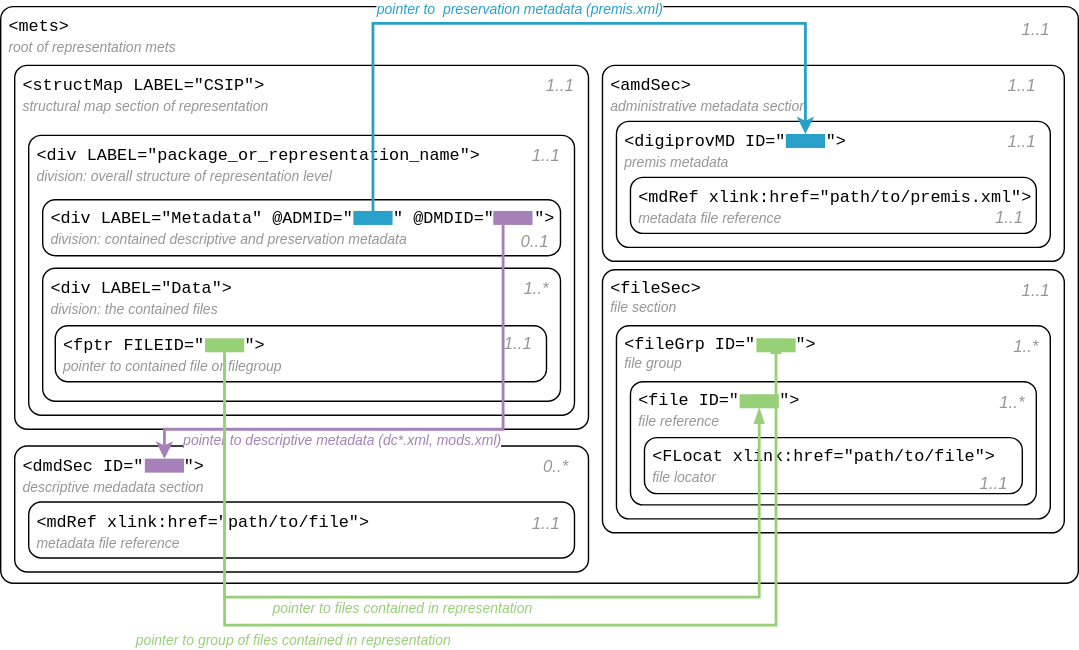
This is assets/images_spec/sip-representation-pointers.svg from viaacode/documentation-jekyll, a draw.io export, as it was before one commit. Source tidied: cells renumbered, new cells last; positions are measured from the earlier drawing's top-left corner, leaving out a move shared by most shapes.
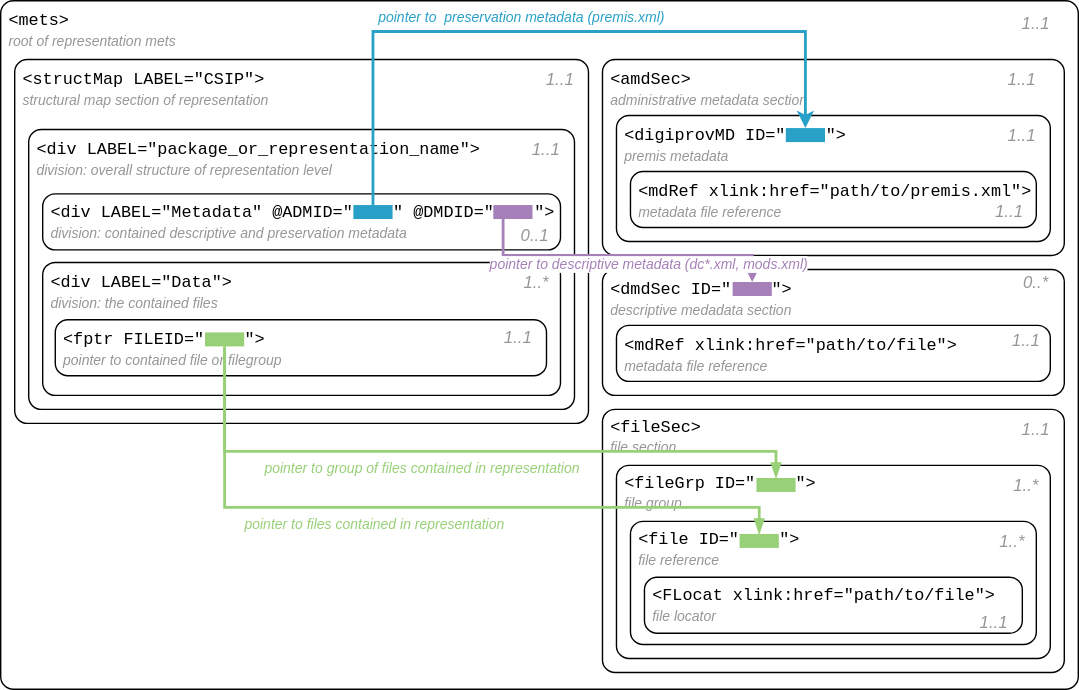
The same diagram one commit later.

Change to the diagram source:
```diff
@@ -3,7 +3,7 @@
     <mxCell id="0" />
     <mxCell id="1" parent="0" />
     <mxCell id="2" value="&lt;div&gt;&lt;font face=&quot;Courier New&quot;&gt;&amp;lt;mets&amp;gt;&lt;/font&gt;&lt;/div&gt;&lt;div&gt;&lt;font size=&quot;1&quot; color=&quot;#969696&quot;&gt;&lt;i style=&quot;&quot;&gt;root of representation mets&lt;br&gt;&lt;/i&gt;&lt;/font&gt;&lt;/div&gt;" style="rounded=1;whiteSpace=wrap;html=1;verticalAlign=top;align=left;spacingLeft=4;arcSize=18;absoluteArcSize=1;" parent="1" vertex="1">
-      <mxGeometry width="770" height="412" as="geometry" />
+      <mxGeometry width="770" height="492" as="geometry" />
     </mxCell>
     <mxCell id="3" value="&lt;font face=&quot;Courier New&quot;&gt;&amp;lt;amdSec&amp;gt;&lt;/font&gt;&lt;br&gt;&lt;i&gt;&lt;font style=&quot;font-size: 10px;&quot; color=&quot;#969696&quot;&gt;administrative metadata section&lt;/font&gt;&lt;/i&gt;" style="rounded=1;whiteSpace=wrap;html=1;verticalAlign=top;align=left;spacingLeft=4;arcSize=18;absoluteArcSize=1;" parent="1" vertex="1">
       <mxGeometry x="430" y="42" width="330" height="140" as="geometry" />
@@ -15,19 +15,19 @@
       <mxGeometry x="10" y="42" width="410" height="260" as="geometry" />
     </mxCell>
     <mxCell id="6" value="&lt;div&gt;&lt;font face=&quot;Courier New&quot;&gt;&amp;lt;dmdSec ID=&quot;&amp;nbsp;&amp;nbsp;&amp;nbsp; &quot;&amp;gt;&lt;/font&gt;&lt;/div&gt;&lt;div&gt;&lt;font size=&quot;1&quot; color=&quot;#969696&quot;&gt;&lt;i style=&quot;&quot;&gt;descriptive medadata section&lt;/i&gt;&lt;/font&gt;&lt;br&gt;&lt;/div&gt;" style="rounded=1;whiteSpace=wrap;html=1;verticalAlign=top;align=left;spacingLeft=4;arcSize=18;absoluteArcSize=1;" parent="1" vertex="1">
-      <mxGeometry x="10" y="314" width="410" height="90" as="geometry" />
+      <mxGeometry x="430" y="192" width="330" height="90" as="geometry" />
     </mxCell>
     <mxCell id="7" value="&lt;div&gt;&amp;lt;fileSec&amp;gt;&lt;/div&gt;&lt;div&gt;&lt;font size=&quot;1&quot; face=&quot;Helvetica&quot; color=&quot;#969696&quot;&gt;&lt;i style=&quot;&quot;&gt;file section&lt;/i&gt;&lt;/font&gt;&lt;br&gt;&lt;/div&gt;" style="rounded=1;whiteSpace=wrap;html=1;verticalAlign=top;align=left;spacingLeft=4;arcSize=18;absoluteArcSize=1;fontFamily=Courier New;" parent="1" vertex="1">
-      <mxGeometry x="430" y="188" width="330" height="188" as="geometry" />
+      <mxGeometry x="430" y="292" width="330" height="188" as="geometry" />
     </mxCell>
     <mxCell id="8" value="&lt;div&gt;&lt;font face=&quot;Courier New&quot;&gt;&amp;lt;mdRef &lt;/font&gt;&lt;font face=&quot;Courier New&quot;&gt;xlink:href=&quot;path/to/file&quot;&lt;/font&gt;&lt;font face=&quot;Courier New&quot;&gt;&amp;gt;&lt;/font&gt;&lt;/div&gt;&lt;div&gt;&lt;font size=&quot;1&quot; color=&quot;#969696&quot;&gt;&lt;i style=&quot;&quot;&gt;metadata file reference&lt;/i&gt;&lt;/font&gt;&lt;br&gt;&lt;/div&gt;" style="rounded=1;whiteSpace=wrap;html=1;verticalAlign=top;align=left;spacingLeft=4;arcSize=18;absoluteArcSize=1;" parent="1" vertex="1">
-      <mxGeometry x="20" y="354" width="390" height="40" as="geometry" />
+      <mxGeometry x="440" y="232" width="310" height="40" as="geometry" />
     </mxCell>
     <mxCell id="9" value="&lt;div&gt;&amp;lt;fileGrp ID=&quot;&amp;nbsp;&amp;nbsp;&amp;nbsp; &quot;&amp;gt;&lt;/div&gt;&lt;div&gt;&lt;i&gt;&lt;font style=&quot;font-size: 10px;&quot; face=&quot;Helvetica&quot; color=&quot;#969696&quot;&gt;file group&lt;/font&gt;&lt;/i&gt;&lt;br&gt;&lt;/div&gt;" style="rounded=1;whiteSpace=wrap;html=1;verticalAlign=top;align=left;spacingLeft=4;arcSize=18;absoluteArcSize=1;fontFamily=Courier New;" parent="1" vertex="1">
-      <mxGeometry x="440" y="228" width="310" height="138" as="geometry" />
+      <mxGeometry x="440" y="332" width="310" height="138" as="geometry" />
     </mxCell>
     <mxCell id="10" value="&lt;div&gt;&amp;lt;file ID=&quot;&amp;nbsp;&amp;nbsp;&amp;nbsp; &quot;&amp;gt;&lt;/div&gt;&lt;div&gt;&lt;font face=&quot;Helvetica&quot; color=&quot;#969696&quot;&gt;&lt;i&gt;&lt;font style=&quot;font-size: 10px;&quot;&gt;file reference&lt;/font&gt;&lt;/i&gt;&lt;/font&gt;&lt;br&gt;&lt;/div&gt;" style="rounded=1;whiteSpace=wrap;html=1;verticalAlign=top;align=left;spacingLeft=4;arcSize=18;absoluteArcSize=1;fontFamily=Courier New;" parent="1" vertex="1">
-      <mxGeometry x="450" y="268" width="290" height="88" as="geometry" />
+      <mxGeometry x="450" y="372" width="290" height="88" as="geometry" />
     </mxCell>
     <mxCell id="11" value="&lt;div&gt;&lt;font face=&quot;Courier New&quot;&gt;&amp;lt;mdRef &lt;/font&gt;&lt;font face=&quot;Courier New&quot;&gt;xlink:href=&quot;path/to/premis.xml&quot;&lt;/font&gt;&lt;font face=&quot;Courier New&quot;&gt;&amp;gt;&lt;/font&gt;&lt;/div&gt;&lt;div&gt;&lt;font size=&quot;1&quot; color=&quot;#969696&quot;&gt;&lt;i style=&quot;&quot;&gt;metadata file reference&lt;/i&gt;&lt;/font&gt;&lt;/div&gt;" style="rounded=1;whiteSpace=wrap;html=1;verticalAlign=top;align=left;spacingLeft=4;arcSize=18;absoluteArcSize=1;" parent="1" vertex="1">
       <mxGeometry x="450" y="122" width="290" height="40" as="geometry" />
@@ -47,8 +47,8 @@
     <mxCell id="16" style="edgeStyle=orthogonalEdgeStyle;rounded=0;jettySize=auto;html=1;exitX=0.5;exitY=0;exitDx=0;exitDy=0;entryX=0.5;entryY=0;entryDx=0;entryDy=0;fontFamily=Helvetica;fontSize=10;fontColor=#969696;strokeWidth=2;strokeColor=#28A0C8;" parent="1" edge="1" source="18" target="22">
       <mxGeometry relative="1" as="geometry">
         <Array as="points">
-          <mxPoint x="266" y="12" />
-          <mxPoint x="575" y="12" />
+          <mxPoint x="266" y="22" />
+          <mxPoint x="575" y="22" />
         </Array>
       </mxGeometry>
     </mxCell>
@@ -61,8 +61,8 @@
     <mxCell id="19" style="edgeStyle=orthogonalEdgeStyle;rounded=0;jettySize=auto;html=1;exitX=0.25;exitY=1;exitDx=0;exitDy=0;entryX=0.5;entryY=0;entryDx=0;entryDy=0;fontFamily=Helvetica;fontSize=10;fontColor=#969696;strokeWidth=2;strokeColor=#A680B8;" parent="1" edge="1" source="21" target="23">
       <mxGeometry relative="1" as="geometry">
         <Array as="points">
-          <mxPoint x="359" y="302" />
-          <mxPoint x="117" y="302" />
+          <mxPoint x="359" y="182" />
+          <mxPoint x="537" y="182" />
         </Array>
       </mxGeometry>
     </mxCell>
@@ -78,44 +78,44 @@
       <mxGeometry x="561" y="91" width="28" height="10" as="geometry" />
     </mxCell>
     <mxCell id="23" style="rounded=0;whiteSpace=wrap;html=1;fontSize=10;fontColor=#969696;strokeColor=none;fillColor=#A680B8;" parent="1" vertex="1">
-      <mxGeometry x="103" y="323" width="28" height="10" as="geometry" />
+      <mxGeometry x="523" y="201" width="28" height="10" as="geometry" />
     </mxCell>
     <mxCell id="24" style="rounded=0;whiteSpace=wrap;html=1;fontSize=10;fontColor=#969696;strokeColor=none;fillColor=#97D077;" parent="1" vertex="1">
       <mxGeometry x="146" y="237" width="28" height="10" as="geometry" />
     </mxCell>
     <mxCell id="25" style="rounded=0;whiteSpace=wrap;html=1;fontSize=10;fontColor=#969696;strokeColor=none;fillColor=#97D077;" parent="1" vertex="1">
-      <mxGeometry x="540" y="237" width="28" height="10" as="geometry" />
+      <mxGeometry x="540" y="341" width="28" height="10" as="geometry" />
     </mxCell>
     <mxCell id="26" style="rounded=0;whiteSpace=wrap;html=1;fontSize=10;fontColor=#969696;strokeColor=none;fillColor=#97D077;" parent="1" vertex="1">
-      <mxGeometry x="528" y="277" width="28" height="10" as="geometry" />
+      <mxGeometry x="528" y="381" width="28" height="10" as="geometry" />
     </mxCell>
     <mxCell id="27" value="&lt;div&gt;&amp;lt;FLocat &lt;font face=&quot;Courier New&quot;&gt;xlink:href=&quot;path/to/file&quot;&lt;/font&gt;&amp;gt;&lt;/div&gt;&lt;div&gt;&lt;font face=&quot;Helvetica&quot; color=&quot;#969696&quot;&gt;&lt;i&gt;&lt;font style=&quot;font-size: 10px;&quot;&gt;file locator&lt;/font&gt;&lt;/i&gt;&lt;/font&gt;&lt;br&gt;&lt;/div&gt;" style="rounded=1;whiteSpace=wrap;html=1;verticalAlign=top;align=left;spacingLeft=4;arcSize=18;absoluteArcSize=1;fontFamily=Courier New;" parent="1" vertex="1">
-      <mxGeometry x="460" y="308" width="270" height="40" as="geometry" />
+      <mxGeometry x="460" y="412" width="270" height="40" as="geometry" />
     </mxCell>
-    <mxCell id="28" style="edgeStyle=orthogonalEdgeStyle;rounded=0;jettySize=auto;html=1;exitX=0.5;exitY=1;exitDx=0;exitDy=0;entryX=0.5;entryY=1;entryDx=0;entryDy=0;fontFamily=Helvetica;fontSize=10;fontColor=#969696;strokeColor=#97D077;strokeWidth=2;endArrow=blockThin;endFill=1;" parent="1" edge="1" source="24" target="26">
+    <mxCell id="28" style="edgeStyle=orthogonalEdgeStyle;rounded=0;jettySize=auto;html=1;exitX=0.5;exitY=1;exitDx=0;exitDy=0;entryX=0.5;entryY=0;entryDx=0;entryDy=0;fontFamily=Helvetica;fontSize=10;fontColor=#969696;strokeColor=#97D077;strokeWidth=2;endArrow=blockThin;endFill=1;" parent="1" edge="1" source="24" target="26">
       <mxGeometry relative="1" as="geometry">
         <Array as="points">
-          <mxPoint x="160" y="422" />
-          <mxPoint x="542" y="422" />
+          <mxPoint x="160" y="362" />
+          <mxPoint x="542" y="362" />
         </Array>
       </mxGeometry>
     </mxCell>
     <mxCell id="29" value="pointer to files contained in representation " style="edgeLabel;html=1;align=center;verticalAlign=top;fontSize=10;fontFamily=Helvetica;fontColor=#97D077;fontStyle=2;" parent="28" vertex="1">
       <mxGeometry x="-0.07" y="2" relative="1" as="geometry">
-        <mxPoint x="-21" y="-2" as="offset" />
+        <mxPoint x="-19" y="2" as="offset" />
       </mxGeometry>
     </mxCell>
     <mxCell id="30" style="edgeStyle=orthogonalEdgeStyle;rounded=0;jettySize=auto;html=1;exitX=0.5;exitY=1;exitDx=0;exitDy=0;entryX=0.5;entryY=0;entryDx=0;entryDy=0;fontFamily=Helvetica;fontSize=10;fontColor=#969696;strokeColor=#97D077;strokeWidth=2;endArrow=blockThin;endFill=1;" parent="1" edge="1" source="24" target="25">
       <mxGeometry relative="1" as="geometry">
         <Array as="points">
-          <mxPoint x="160" y="442" />
-          <mxPoint x="554" y="442" />
+          <mxPoint x="160" y="322" />
+          <mxPoint x="554" y="322" />
         </Array>
       </mxGeometry>
     </mxCell>
     <mxCell id="31" value="pointer to group of files contained in representation" style="edgeLabel;html=1;align=center;verticalAlign=top;fontSize=10;fontFamily=Helvetica;fontColor=#97D077;fontStyle=2;" parent="30" vertex="1">
       <mxGeometry x="-0.42" y="1" relative="1" as="geometry">
-        <mxPoint x="12" as="offset" />
+        <mxPoint x="73" y="1" as="offset" />
       </mxGeometry>
     </mxCell>
     <mxCell id="32" value="1..1" style="text;html=1;strokeColor=none;fillColor=none;align=center;verticalAlign=middle;whiteSpace=wrap;rounded=0;fontFamily=Helvetica;fontSize=12;fontColor=#969696;fontStyle=2;" parent="1" vertex="1">
@@ -125,7 +125,7 @@
       <mxGeometry x="370" y="42" width="60" height="30" as="geometry" />
     </mxCell>
     <mxCell id="34" value="0..*" style="text;html=1;strokeColor=none;fillColor=none;align=center;verticalAlign=middle;whiteSpace=wrap;rounded=0;fontFamily=Helvetica;fontSize=12;fontColor=#969696;fontStyle=2;" parent="1" vertex="1">
-      <mxGeometry x="367" y="314" width="60" height="30" as="geometry" />
+      <mxGeometry x="710" y="187" width="60" height="30" as="geometry" />
     </mxCell>
     <mxCell id="35" value="1..1" style="text;html=1;strokeColor=none;fillColor=none;align=center;verticalAlign=middle;whiteSpace=wrap;rounded=0;fontFamily=Helvetica;fontSize=12;fontColor=#969696;fontStyle=2;" parent="1" vertex="1">
       <mxGeometry x="360" y="92" width="60" height="30" as="geometry" />
@@ -140,7 +140,7 @@
       <mxGeometry x="340" y="226" width="60" height="30" as="geometry" />
     </mxCell>
     <mxCell id="39" value="1..1" style="text;html=1;strokeColor=none;fillColor=none;align=center;verticalAlign=middle;whiteSpace=wrap;rounded=0;fontFamily=Helvetica;fontSize=12;fontColor=#969696;fontStyle=2;" parent="1" vertex="1">
-      <mxGeometry x="360" y="355" width="60" height="30" as="geometry" />
+      <mxGeometry x="703" y="228" width="60" height="30" as="geometry" />
     </mxCell>
     <mxCell id="40" value="1..1" style="text;html=1;strokeColor=none;fillColor=none;align=center;verticalAlign=middle;whiteSpace=wrap;rounded=0;fontFamily=Helvetica;fontSize=12;fontColor=#969696;fontStyle=2;" parent="1" vertex="1">
       <mxGeometry x="700" y="42" width="60" height="30" as="geometry" />
@@ -152,16 +152,16 @@
       <mxGeometry x="691" y="136" width="60" height="30" as="geometry" />
     </mxCell>
     <mxCell id="43" value="1..1" style="text;html=1;strokeColor=none;fillColor=none;align=center;verticalAlign=middle;whiteSpace=wrap;rounded=0;fontFamily=Helvetica;fontSize=12;fontColor=#969696;fontStyle=2;" parent="1" vertex="1">
-      <mxGeometry x="710" y="188" width="60" height="30" as="geometry" />
+      <mxGeometry x="710" y="292" width="60" height="30" as="geometry" />
     </mxCell>
     <mxCell id="44" value="1..*" style="text;html=1;strokeColor=none;fillColor=none;align=center;verticalAlign=middle;whiteSpace=wrap;rounded=0;fontFamily=Helvetica;fontSize=12;fontColor=#969696;fontStyle=2;" parent="1" vertex="1">
-      <mxGeometry x="703" y="228" width="60" height="30" as="geometry" />
+      <mxGeometry x="703" y="332" width="60" height="30" as="geometry" />
     </mxCell>
     <mxCell id="45" value="1..*" style="text;html=1;strokeColor=none;fillColor=none;align=center;verticalAlign=middle;whiteSpace=wrap;rounded=0;fontFamily=Helvetica;fontSize=12;fontColor=#969696;fontStyle=2;" parent="1" vertex="1">
-      <mxGeometry x="693" y="268" width="60" height="30" as="geometry" />
+      <mxGeometry x="693" y="372" width="60" height="30" as="geometry" />
     </mxCell>
     <mxCell id="46" value="1..1" style="text;html=1;strokeColor=none;fillColor=none;align=center;verticalAlign=middle;whiteSpace=wrap;rounded=0;fontFamily=Helvetica;fontSize=12;fontColor=#969696;fontStyle=2;" parent="1" vertex="1">
-      <mxGeometry x="680" y="326" width="60" height="30" as="geometry" />
+      <mxGeometry x="680" y="430" width="60" height="30" as="geometry" />
     </mxCell>
   </root>
 </mxGraphModel>
```
